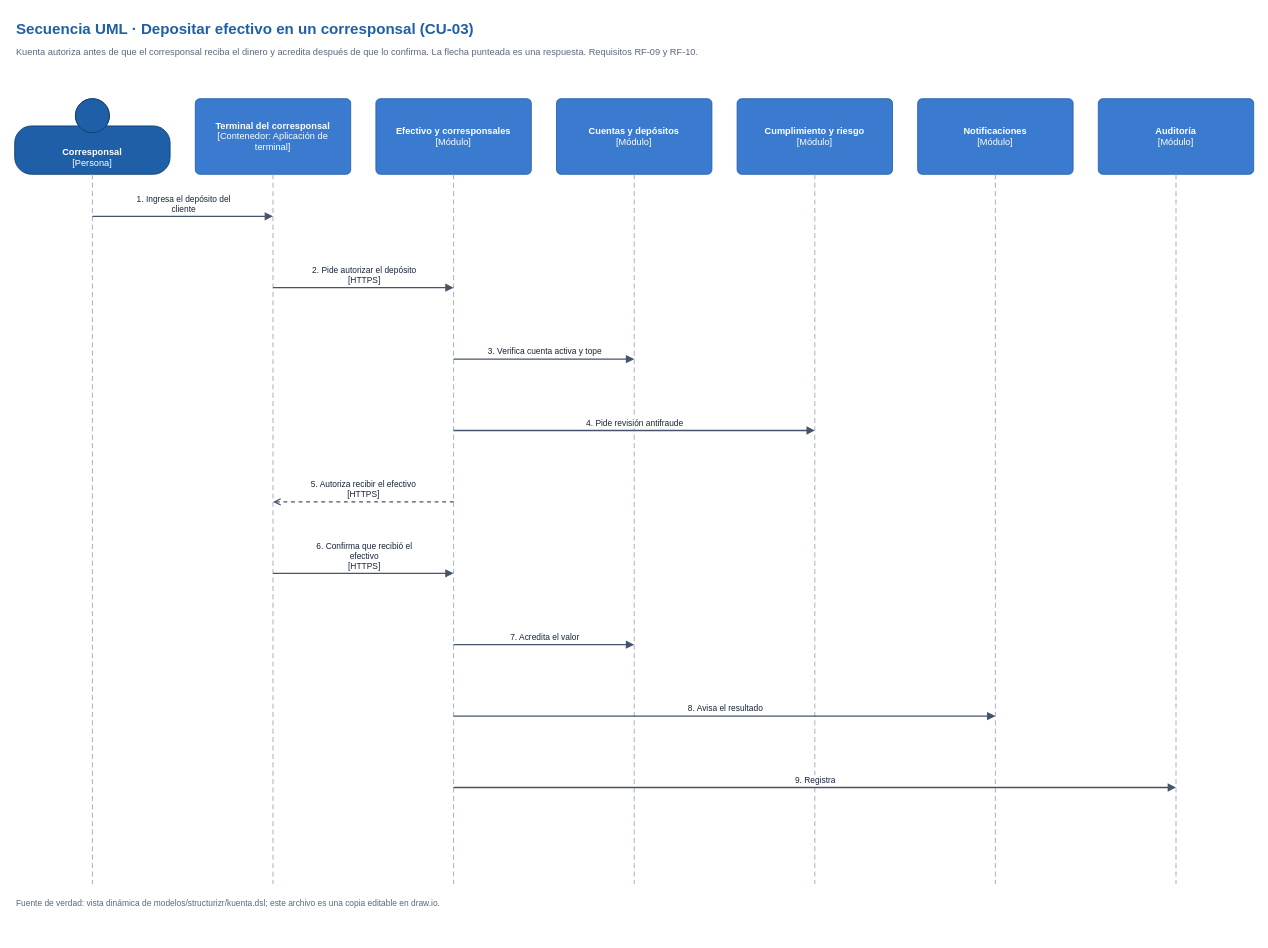
The draw.io diagram modelos/uml/secuencia-deposito-en-corresponsal.drawio in maomauro/fintech-kuenta, before the edit. Source tidied: cells renumbered, new cells numbered last; positions are measured from the earlier drawing's top-left corner, leaving out a move shared by most shapes. Both pictures are drawn from the tidied source at 84%, with x=0, y=0 at pixel (14, 14).
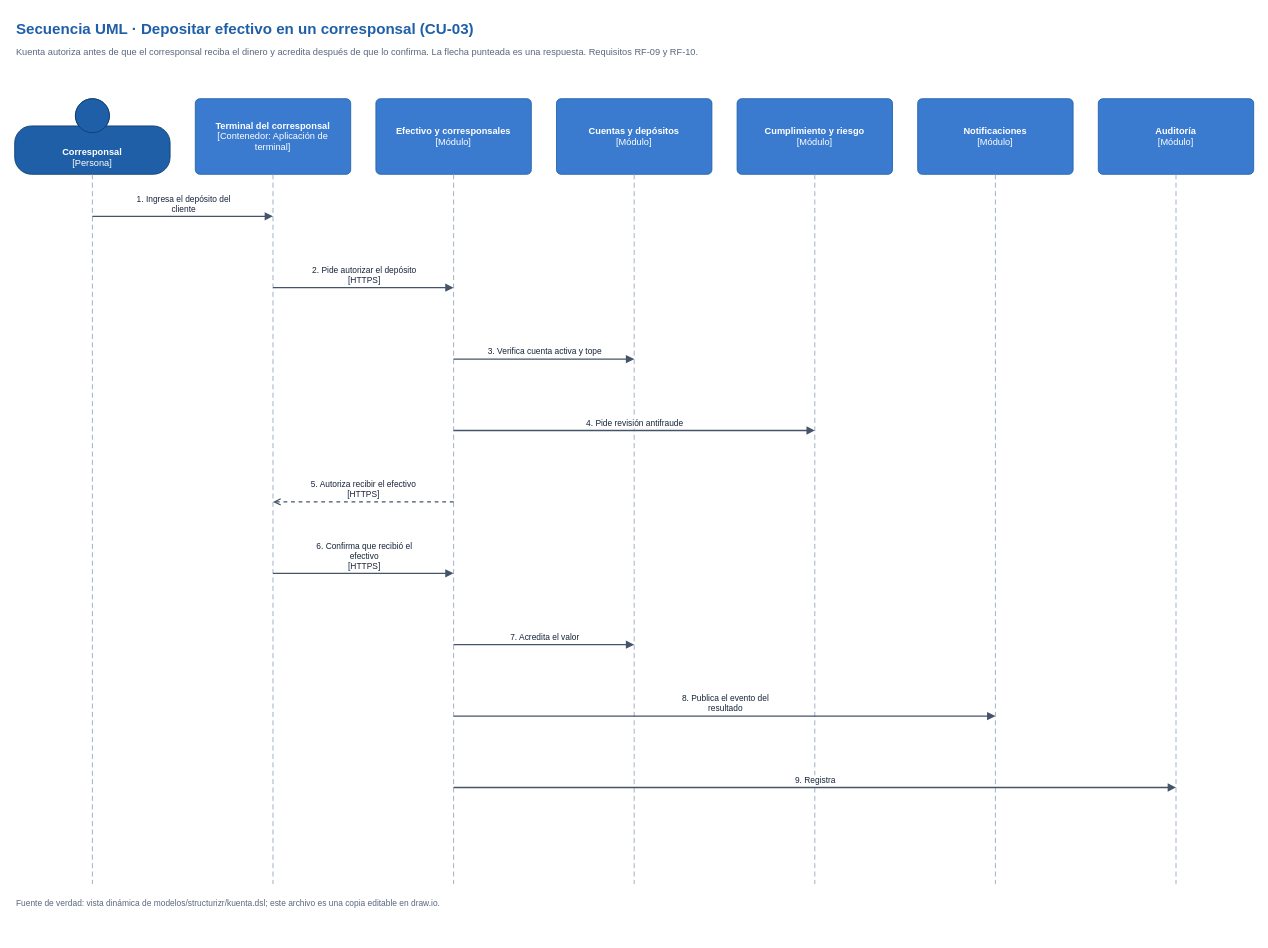
Above is the later version.

Change to the diagram source:
```diff
@@
-    <mxCell id="25" value="8. Avisa el resultado" style="endArrow=block;endFill=1;html=1;rounded=0;strokeColor=#44546A;fontSize=10;fontColor=#15233A;labelBackgroundColor=#FFFFFF;strokeWidth=1.5;verticalLabelPosition=top;verticalAlign=bottom;" parent="1" edge="1">
+    <mxCell id="25" value="8. Publica el evento del&lt;br&gt;resultado" style="endArrow=block;endFill=1;html=1;rounded=0;strokeColor=#44546A;fontSize=10;fontColor=#15233A;labelBackgroundColor=#FFFFFF;strokeWidth=1.5;verticalLabelPosition=top;verticalAlign=bottom;" parent="1" edge="1">
       <mxGeometry relative="1" as="geometry">
         <mxPoint x="522.5" y="835" as="sourcePoint" />
         <mxPoint x="1167.5" y="835" as="targetPoint" />
       </mxGeometry>
     </mxCell>
```
